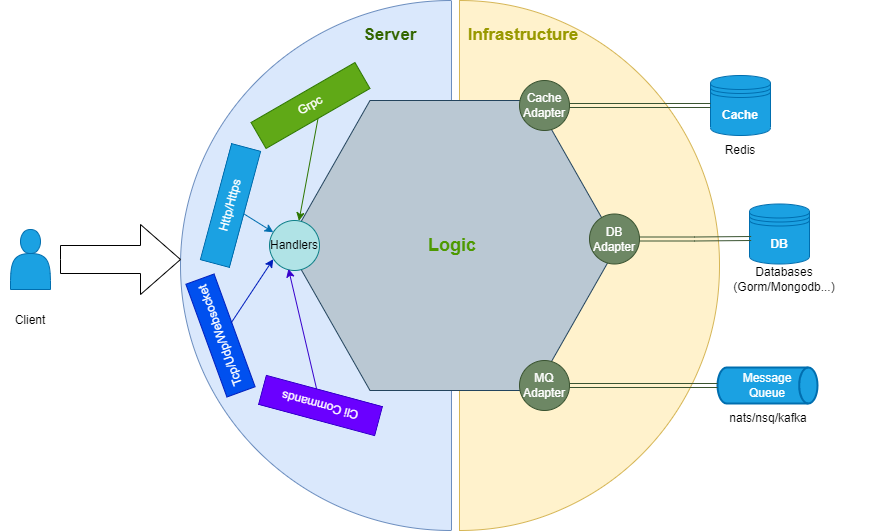
This is assets/moke-kit-diagram.drawio.png from GStones/moke-kit, a draw.io export, as it was before one commit. Source tidied: cells renumbered, new cells last; positions are measured from the earlier drawing's top-left corner, leaving out a move shared by most shapes.
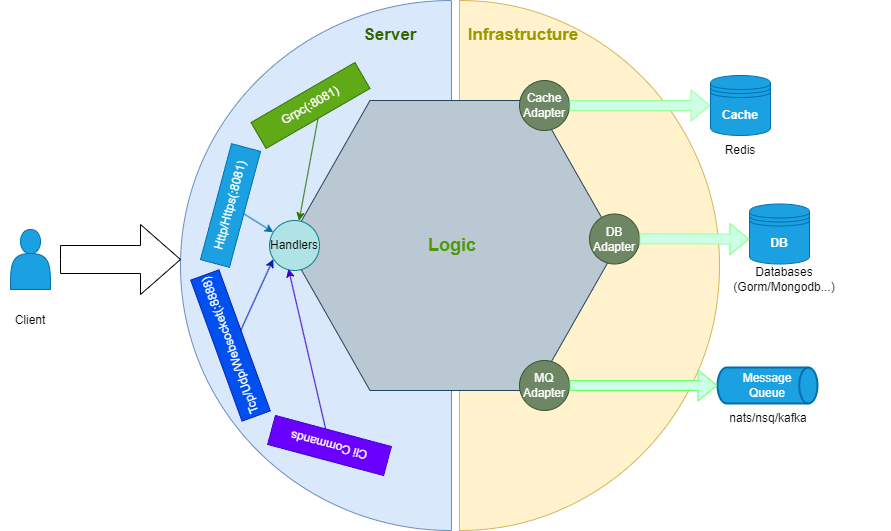
After the change.

Change to the diagram source:
```diff
@@ -38,13 +38,10 @@
     <mxCell id="13" value="Databases&lt;br&gt;(Gorm/Mongodb...)" style="text;html=1;strokeColor=none;fillColor=none;align=center;verticalAlign=middle;whiteSpace=wrap;rounded=0;" parent="11" vertex="1">
       <mxGeometry x="-52" y="60" width="60" height="30" as="geometry" />
     </mxCell>
-    <mxCell id="14" style="edgeStyle=orthogonalEdgeStyle;rounded=0;jettySize=auto;html=1;entryX=0.028;entryY=0.575;entryDx=0;entryDy=0;entryPerimeter=0;shape=link;fillColor=#6d8764;strokeColor=#3A5431;" parent="4" edge="1" source="9" target="12">
-      <mxGeometry relative="1" as="geometry" />
-    </mxCell>
     <mxCell id="15" value="Message&lt;br&gt;Queue" style="strokeWidth=2;html=1;shape=mxgraph.flowchart.direct_data;whiteSpace=wrap;fillColor=#1ba1e2;fontColor=#ffffff;strokeColor=#006EAF;" parent="4" vertex="1">
       <mxGeometry x="428" y="287" width="100" height="36" as="geometry" />
     </mxCell>
-    <mxCell id="16" style="edgeStyle=orthogonalEdgeStyle;rounded=0;jettySize=auto;html=1;entryX=0;entryY=0.5;entryDx=0;entryDy=0;entryPerimeter=0;shape=link;fillColor=#6d8764;strokeColor=#3A5431;" parent="4" edge="1" source="10" target="15">
+    <mxCell id="16" style="edgeStyle=orthogonalEdgeStyle;rounded=0;jettySize=auto;html=1;entryX=0;entryY=0.5;entryDx=0;entryDy=0;entryPerimeter=0;shape=flexArrow;fillColor=#CCFFE6;strokeColor=#66FF66;" parent="4" edge="1" source="10" target="15">
       <mxGeometry relative="1" as="geometry" />
     </mxCell>
     <mxCell id="17" value="&lt;b&gt;&lt;font color=&quot;#999900&quot; style=&quot;font-size: 17px;&quot;&gt;Infrastructure&lt;/font&gt;&lt;/b&gt;" style="text;html=1;strokeColor=none;fillColor=none;align=center;verticalAlign=middle;whiteSpace=wrap;rounded=0;" parent="4" vertex="1">
@@ -53,6 +50,11 @@
     <mxCell id="18" value="nats/nsq/kafka" style="text;html=1;strokeColor=none;fillColor=none;align=center;verticalAlign=middle;whiteSpace=wrap;rounded=0;" parent="4" vertex="1">
       <mxGeometry x="449" y="323" width="60" height="30" as="geometry" />
     </mxCell>
+    <mxCell id="35" style="edgeStyle=orthogonalEdgeStyle;rounded=0;jettySize=auto;html=1;shape=flexArrow;fillColor=#CCFFE6;strokeColor=#99FF99;entryX=-0.001;entryY=0.588;entryDx=0;entryDy=0;entryPerimeter=0;" parent="4" edge="1" target="12">
+      <mxGeometry relative="1" as="geometry">
+        <mxPoint x="350" y="158.3" as="sourcePoint" />
+      </mxGeometry>
+    </mxCell>
     <mxCell id="19" style="group;" parent="3" vertex="1">
       <mxGeometry x="400" y="-35" width="60" height="90" as="geometry" />
     </mxCell>
@@ -62,20 +64,20 @@
     <mxCell id="21" value="Redis" style="text;html=1;strokeColor=none;fillColor=none;align=center;verticalAlign=middle;whiteSpace=wrap;rounded=0;" parent="19" vertex="1">
       <mxGeometry y="60" width="60" height="30" as="geometry" />
     </mxCell>
-    <mxCell id="22" style="edgeStyle=orthogonalEdgeStyle;rounded=0;jettySize=auto;html=1;shape=link;fillColor=#6d8764;strokeColor=#3A5431;" parent="3" edge="1" source="8" target="20">
+    <mxCell id="22" style="edgeStyle=orthogonalEdgeStyle;rounded=0;jettySize=auto;html=1;shape=flexArrow;fillColor=#CCFFE6;strokeColor=#99FF99;" parent="3" edge="1" source="8" target="20">
       <mxGeometry relative="1" as="geometry" />
     </mxCell>
     <mxCell id="23" style="rounded=0;jettySize=auto;html=1;fillColor=#1ba1e2;strokeColor=#006EAF;" parent="1" edge="1" source="24" target="7">
       <mxGeometry relative="1" as="geometry" />
     </mxCell>
-    <mxCell id="24" value="Http/Https" style="rounded=0;whiteSpace=wrap;html=1;direction=west;rotation=-75;fillColor=#1ba1e2;fontColor=#ffffff;strokeColor=#006EAF;" parent="1" vertex="1">
+    <mxCell id="24" value="Http/Https(:8081)" style="rounded=0;whiteSpace=wrap;html=1;direction=west;rotation=-75;fillColor=#1ba1e2;fontColor=#ffffff;strokeColor=#006EAF;" parent="1" vertex="1">
       <mxGeometry x="170" y="190" width="120" height="30" as="geometry" />
     </mxCell>
-    <mxCell id="25" value="Grpc" style="rounded=0;whiteSpace=wrap;html=1;direction=west;rotation=-30;fillColor=#60a917;fontColor=#ffffff;strokeColor=#2D7600;" parent="1" vertex="1">
+    <mxCell id="25" value="Grpc(:8081)" style="rounded=0;whiteSpace=wrap;html=1;direction=west;rotation=-30;fillColor=#60a917;fontColor=#ffffff;strokeColor=#2D7600;" parent="1" vertex="1">
       <mxGeometry x="250" y="90" width="120" height="30" as="geometry" />
     </mxCell>
-    <mxCell id="26" value="Tcp/Udp/Websocket" style="rounded=0;whiteSpace=wrap;html=1;direction=west;rotation=-110;fillColor=#0050ef;fontColor=#ffffff;strokeColor=#001DBC;" parent="1" vertex="1">
-      <mxGeometry x="160" y="320" width="120" height="30" as="geometry" />
+    <mxCell id="26" value="Tcp/Udp/Websocket(:8888)" style="rounded=0;whiteSpace=wrap;html=1;direction=west;rotation=-110;fillColor=#0050ef;fontColor=#ffffff;strokeColor=#001DBC;" parent="1" vertex="1">
+      <mxGeometry x="155" y="330" width="150" height="30" as="geometry" />
     </mxCell>
     <mxCell id="27" style="endArrow=classic;html=1;rounded=0;entryX=0.075;entryY=0.774;entryDx=0;entryDy=0;entryPerimeter=0;exitX=0.432;exitY=0.024;exitDx=0;exitDy=0;exitPerimeter=0;fillColor=#0050ef;strokeColor=#001DBC;" parent="1" edge="1" source="26" target="7">
       <mxGeometry relative="1" as="geometry" />
@@ -87,7 +89,7 @@
       <mxGeometry x="360" y="20" width="60" height="30" as="geometry" />
     </mxCell>
     <mxCell id="30" value="Cli Commands" style="rounded=0;whiteSpace=wrap;html=1;rotation=-165;fillColor=#6a00ff;fontColor=#ffffff;strokeColor=#3700CC;" parent="1" vertex="1">
-      <mxGeometry x="260" y="390" width="120" height="30" as="geometry" />
+      <mxGeometry x="269" y="430" width="120" height="30" as="geometry" />
     </mxCell>
     <mxCell id="31" style="rounded=0;jettySize=auto;html=1;entryX=0.379;entryY=0.967;entryDx=0;entryDy=0;entryPerimeter=0;fillColor=#6a00ff;strokeColor=#3700CC;" parent="1" edge="1" source="30" target="7">
       <mxGeometry relative="1" as="geometry" />
```
